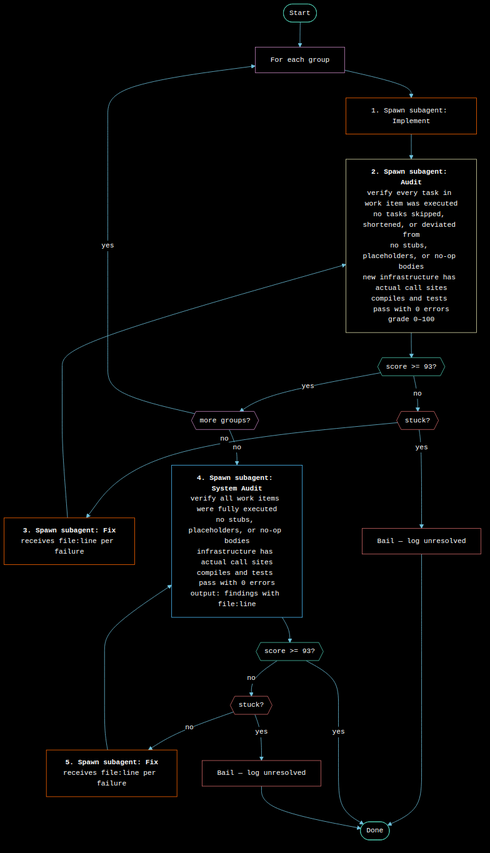
This is WORKFLOW.png from Distortedlogic/lx, a Mermaid export, as it was before one commit. Its source is kept beside it as WORKFLOW.mmd.
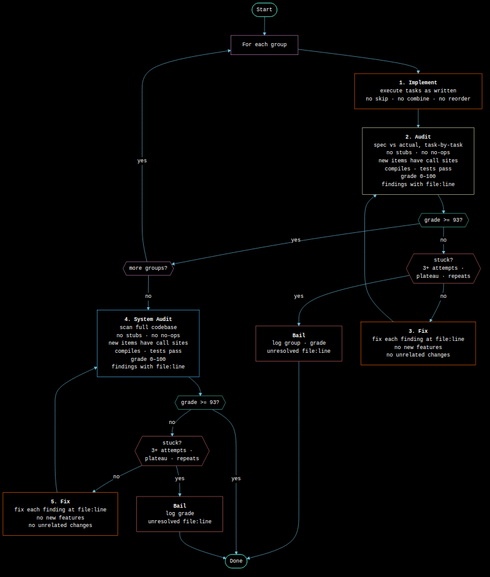
Above is the later version.

Diff of the diagram source:
```diff
@@ -2,43 +2,56 @@
     start(["Start"]):::teal
     start --> loop_start["For each group"]:::purple
 
-    loop_start --> implement["1. Spawn subagent: Implement"]:::orange
-    implement --> audit["`**2. Spawn subagent: Audit**
-verify every task in work item was executed
-no tasks skipped, shortened, or deviated from
-no stubs, placeholders, or no-op bodies
-new infrastructure has actual call sites
-compiles and tests pass with 0 errors
-grade 0–100`"]:::yellow
-    audit --> check{{"score >= 93?"}}:::teal
+    loop_start --> implement["`**1. Implement**
+execute tasks as written
+no skip · no combine · no reorder`"]:::orange
+    implement --> audit["`**2. Audit**
+spec vs actual, task-by-task
+no stubs · no no-ops
+new items have call sites
+compiles · tests pass
+grade 0–100
+findings with file:line`"]:::yellow
+    audit --> check{{"grade >= 93?"}}:::teal
 
-    check -- "no" --> stuck{{"stuck?"}}:::red
+    check -- "no" --> stuck{{"stuck?\n3+ attempts ·\nplateau · repeats"}}:::red
     check -- "yes" --> more{{"more groups?"}}:::purple
 
-    stuck -- "no" --> fix["`**3. Spawn subagent: Fix**
-receives file:line per failure`"]:::orange
-    fix --> audit
-
-    stuck -- "yes" --> bail["Bail — log unresolved"]:::red
+    stuck -- "yes" --> bail["`**Bail**
+log group · grade
+unresolved file:line`"]:::red
     bail --> done
 
     more -- "yes" --> loop_start
-    more -- "no" --> sys_audit["`**4. Spawn subagent: System Audit**
-verify all work items were fully executed
-no stubs, placeholders, or no-op bodies
-infrastructure has actual call sites
-compiles and tests pass with 0 errors
-output: findings with file:line`"]:::cyan
-    sys_audit --> sys_check{{"score >= 93?"}}:::teal
+    more -- "no" --> sys_audit
 
-    sys_check -- "no" --> sys_stuck{{"stuck?"}}:::red
+    stuck -- "no" --> fix["`**3. Fix**
+fix each finding at file:line
+no new features
+no unrelated changes`"]:::orange
+    fix --> audit
+
+    sys_audit["`**4. System Audit**
+scan full codebase
+no stubs · no no-ops
+new items have call sites
+compiles · tests pass
+grade 0–100
+findings with file:line`"]:::cyan
+    sys_audit --> sys_check{{"grade >= 93?"}}:::teal
+
+    sys_check -- "no" --> sys_stuck{{"stuck?\n3+ attempts ·\nplateau · repeats"}}:::red
     sys_check -- "yes" --> done(["Done"]):::teal
 
-    sys_stuck -- "no" --> sys_fix["`**5. Spawn subagent: Fix**
-receives file:line per failure`"]:::orange
+    sys_stuck -- "no" --> sys_fix["`**5. Fix**
+fix each finding at file:line
+no new features
+no unrelated changes`"]:::orange
     sys_fix --> sys_audit
 
-    sys_stuck -- "yes" --> sys_bail["Bail — log unresolved"]:::red
+    sys_stuck -- "yes" --> sys_bail["`**Bail**
+log grade
+unresolved file:line`"]:::red
     sys_bail --> done
 
     classDef teal stroke:#4ec9b0
```
